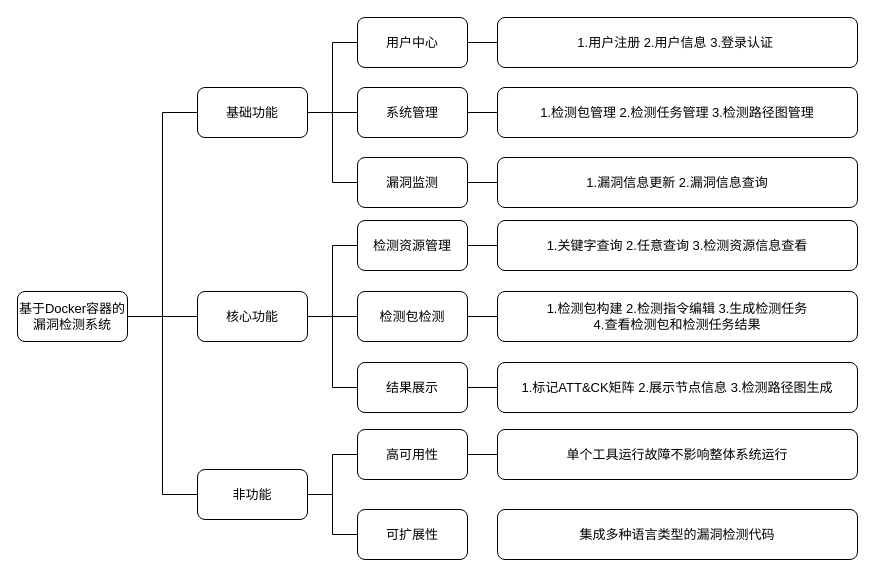
Earlier version of the draw.io diagram 功能需求.drawio (Niujieheng/GitHub_Jul). Source tidied: cells renumbered, new cells numbered last; positions are measured from the earlier drawing's top-left corner, leaving out a move shared by most shapes. Both pictures are drawn from the tidied source at 100%, with x=0, y=0 at pixel (17, 17).
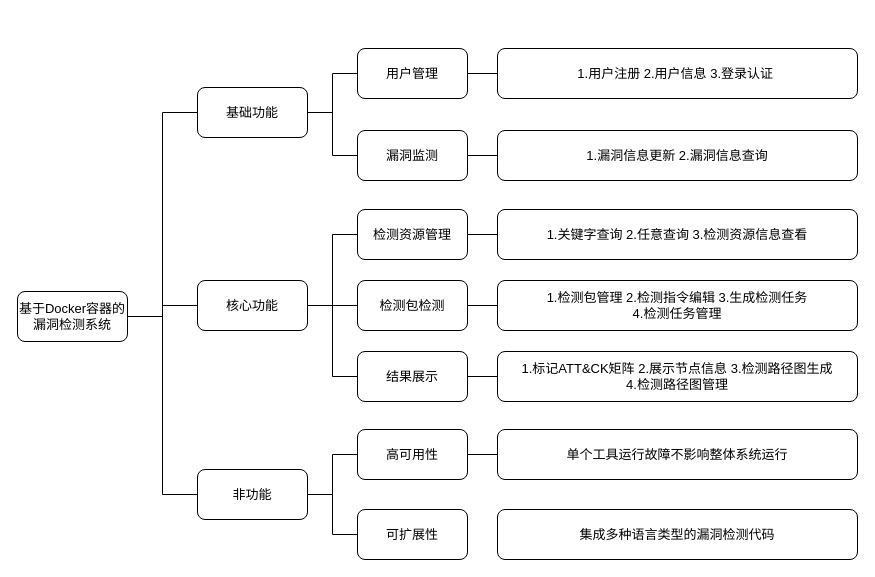
The same page after the edit.

Commit message:
更新功能需求.drawio

Unchanged cells that the change refers to:
```xml
<mxCell id="9" value="基础功能" style="rounded=1;whiteSpace=wrap;html=1;fontSize=13;" parent="1" vertex="1">
  <mxGeometry x="180" y="70" width="110" height="50" as="geometry" />
</mxCell>
```

The edit, as a diff of the source:
```diff
@@
-    <mxCell id="7" style="edgeStyle=orthogonalEdgeStyle;rounded=0;jettySize=auto;html=1;exitX=1;exitY=0.5;exitDx=0;exitDy=0;entryX=0;entryY=0.5;entryDx=0;entryDy=0;endArrow=none;endFill=0;fontSize=13;" parent="1" edge="1" source="9" target="15">
-      <mxGeometry relative="1" as="geometry" />
-    </mxCell>
@@
     <mxCell id="13" value="核心功能" style="rounded=1;whiteSpace=wrap;html=1;fontSize=13;" parent="1" vertex="1">
-      <mxGeometry x="180" y="274" width="110" height="50" as="geometry" />
+      <mxGeometry x="180" y="263" width="110" height="50" as="geometry" />
     </mxCell>
-    <mxCell id="14" style="edgeStyle=orthogonalEdgeStyle;rounded=0;jettySize=auto;html=1;exitX=1;exitY=0.5;exitDx=0;exitDy=0;endArrow=none;endFill=0;fontSize=13;" parent="1" edge="1" source="15" target="25">
-      <mxGeometry relative="1" as="geometry" />
-    </mxCell>
-    <mxCell id="15" value="系统管理" style="rounded=1;whiteSpace=wrap;html=1;fontSize=13;" parent="1" vertex="1">
-      <mxGeometry x="340" y="70" width="110" height="50" as="geometry" />
-    </mxCell>
@@
-    <mxCell id="17" value="用户中心" style="rounded=1;whiteSpace=wrap;html=1;fontSize=13;" parent="1" vertex="1">
-      <mxGeometry x="340" width="110" height="50" as="geometry" />
+    <mxCell id="17" value="用户管理" style="rounded=1;whiteSpace=wrap;html=1;fontSize=13;" parent="1" vertex="1">
+      <mxGeometry x="340" y="31" width="110" height="50" as="geometry" />
     </mxCell>
@@
     <mxCell id="19" value="检测包检测" style="rounded=1;whiteSpace=wrap;html=1;fontSize=13;" parent="1" vertex="1">
-      <mxGeometry x="340" y="274" width="110" height="50" as="geometry" />
+      <mxGeometry x="340" y="263" width="110" height="50" as="geometry" />
     </mxCell>
@@
     <mxCell id="21" value="结果展示" style="rounded=1;whiteSpace=wrap;html=1;fontSize=13;" parent="1" vertex="1">
-      <mxGeometry x="340" y="345" width="110" height="50" as="geometry" />
+      <mxGeometry x="340" y="334" width="110" height="50" as="geometry" />
     </mxCell>
@@
     <mxCell id="23" value="漏洞监测" style="rounded=1;whiteSpace=wrap;html=1;fontSize=13;" parent="1" vertex="1">
-      <mxGeometry x="340" y="140" width="110" height="50" as="geometry" />
+      <mxGeometry x="340" y="113" width="110" height="50" as="geometry" />
     </mxCell>
     <mxCell id="24" value="1.用户注册 2.用户信息 3.登录认证&amp;nbsp;" style="rounded=1;whiteSpace=wrap;html=1;fontSize=13;" parent="1" vertex="1">
-      <mxGeometry x="480" width="360" height="50" as="geometry" />
+      <mxGeometry x="480" y="31" width="360" height="50" as="geometry" />
     </mxCell>
-    <mxCell id="25" value="1.检测包管理 2.检测任务管理 3.检测路径图管理" style="rounded=1;whiteSpace=wrap;html=1;fontSize=13;" parent="1" vertex="1">
-      <mxGeometry x="480" y="70" width="360" height="50" as="geometry" />
-    </mxCell>
     <mxCell id="26" value="1.漏洞信息更新 2.漏洞信息查询" style="rounded=1;whiteSpace=wrap;html=1;fontSize=13;" parent="1" vertex="1">
-      <mxGeometry x="480" y="140" width="360" height="50" as="geometry" />
+      <mxGeometry x="480" y="113" width="360" height="50" as="geometry" />
     </mxCell>
-    <mxCell id="27" value="1.检测包构建 2.检测指令编辑 3.生成检测任务 &lt;br style=&quot;font-size: 13px;&quot;&gt;4.查看检测包和检测任务结果" style="rounded=1;whiteSpace=wrap;html=1;fontSize=13;" parent="1" vertex="1">
-      <mxGeometry x="480" y="274" width="360" height="50" as="geometry" />
+    <mxCell id="27" value="1.检测包管理 2.检测指令编辑 3.生成检测任务 &lt;br style=&quot;font-size: 13px;&quot;&gt;4.检测任务管理" style="rounded=1;whiteSpace=wrap;html=1;fontSize=13;" parent="1" vertex="1">
+      <mxGeometry x="480" y="263" width="360" height="50" as="geometry" />
     </mxCell>
-    <mxCell id="28" value="1.标记ATT&amp;amp;CK矩阵 2.展示节点信息 3.检测路径图生成" style="rounded=1;whiteSpace=wrap;html=1;fontSize=13;" parent="1" vertex="1">
-      <mxGeometry x="480" y="345" width="360" height="50" as="geometry" />
+    <mxCell id="28" value="1.标记ATT&amp;amp;CK矩阵 2.展示节点信息 3.检测路径图生成&lt;br&gt;4.检测路径图管理" style="rounded=1;whiteSpace=wrap;html=1;fontSize=13;" parent="1" vertex="1">
+      <mxGeometry x="480" y="334" width="360" height="50" as="geometry" />
     </mxCell>
@@
     <mxCell id="30" value="检测资源管理" style="rounded=1;whiteSpace=wrap;html=1;fontSize=13;" parent="1" vertex="1">
-      <mxGeometry x="340" y="203" width="110" height="50" as="geometry" />
+      <mxGeometry x="340" y="192" width="110" height="50" as="geometry" />
     </mxCell>
     <mxCell id="31" value="1.关键字查询 2.任意查询 3.检测资源信息查看" style="rounded=1;whiteSpace=wrap;html=1;fontSize=13;" parent="1" vertex="1">
-      <mxGeometry x="480" y="203" width="360" height="50" as="geometry" />
+      <mxGeometry x="480" y="192" width="360" height="50" as="geometry" />
     </mxCell>
```
